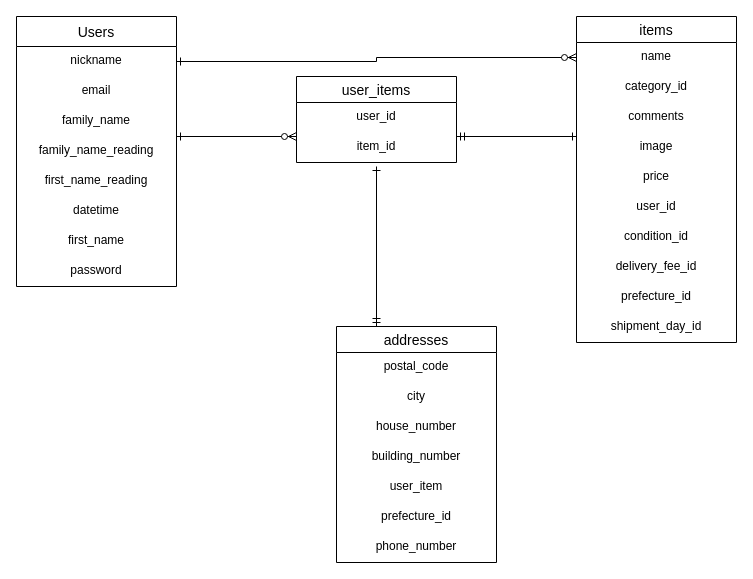
xxxkana/furima-36249 keeps this draw.io diagram as furima.dio. Above is the earlier version. Source tidied: cells renumbered, new cells numbered last; positions are measured from the earlier drawing's top-left corner, leaving out a move shared by most shapes. Both pictures are drawn from the tidied source at 100%, with x=0, y=0 at pixel (16, 16).
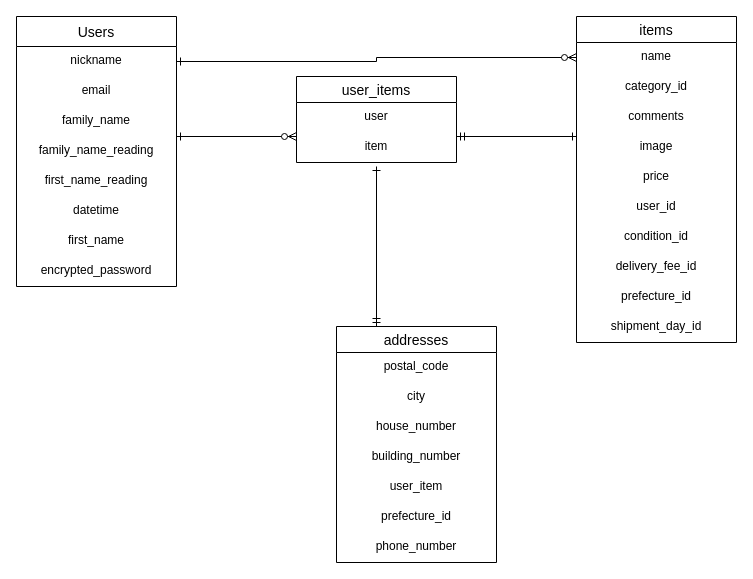
Above is the later version.

Commit message:
データベース設計修正８

The change refers to these unchanged cells:
```xml
<mxCell id="2" value="Users" style="swimlane;fontStyle=0;horizontal=1;startSize=30;align=center;fontSize=14;" parent="1" vertex="1">
  <mxGeometry width="160" height="270" as="geometry" />
</mxCell>
<mxCell id="30" value="user_items" style="swimlane;fontStyle=0;horizontal=1;startSize=26;align=center;fontSize=14;" parent="1" vertex="1">
  <mxGeometry x="280" y="60" width="160" height="86" as="geometry" />
</mxCell>
```

The edit, as a diff of the source:
```diff
@@
-    <mxCell id="10" value="password" style="text;strokeColor=none;fillColor=none;spacingLeft=4;spacingRight=4;overflow=hidden;fontSize=12;align=center;" parent="2" vertex="1">
+    <mxCell id="10" value="encrypted_password" style="text;strokeColor=none;fillColor=none;spacingLeft=4;spacingRight=4;overflow=hidden;fontSize=12;align=center;" parent="2" vertex="1">
       <mxGeometry y="240" width="160" height="30" as="geometry" />
     </mxCell>
@@
-    <mxCell id="31" value="user_id" style="text;strokeColor=none;fillColor=none;spacingLeft=4;spacingRight=4;overflow=hidden;fontSize=12;align=center;" parent="30" vertex="1">
+    <mxCell id="31" value="user" style="text;strokeColor=none;fillColor=none;spacingLeft=4;spacingRight=4;overflow=hidden;fontSize=12;align=center;" parent="30" vertex="1">
       <mxGeometry y="26" width="160" height="30" as="geometry" />
     </mxCell>
-    <mxCell id="32" value="item_id" style="text;strokeColor=none;fillColor=none;spacingLeft=4;spacingRight=4;overflow=hidden;fontSize=12;align=center;" parent="30" vertex="1">
+    <mxCell id="32" value="item" style="text;strokeColor=none;fillColor=none;spacingLeft=4;spacingRight=4;overflow=hidden;fontSize=12;align=center;" parent="30" vertex="1">
       <mxGeometry y="56" width="160" height="30" as="geometry" />
     </mxCell>
```
